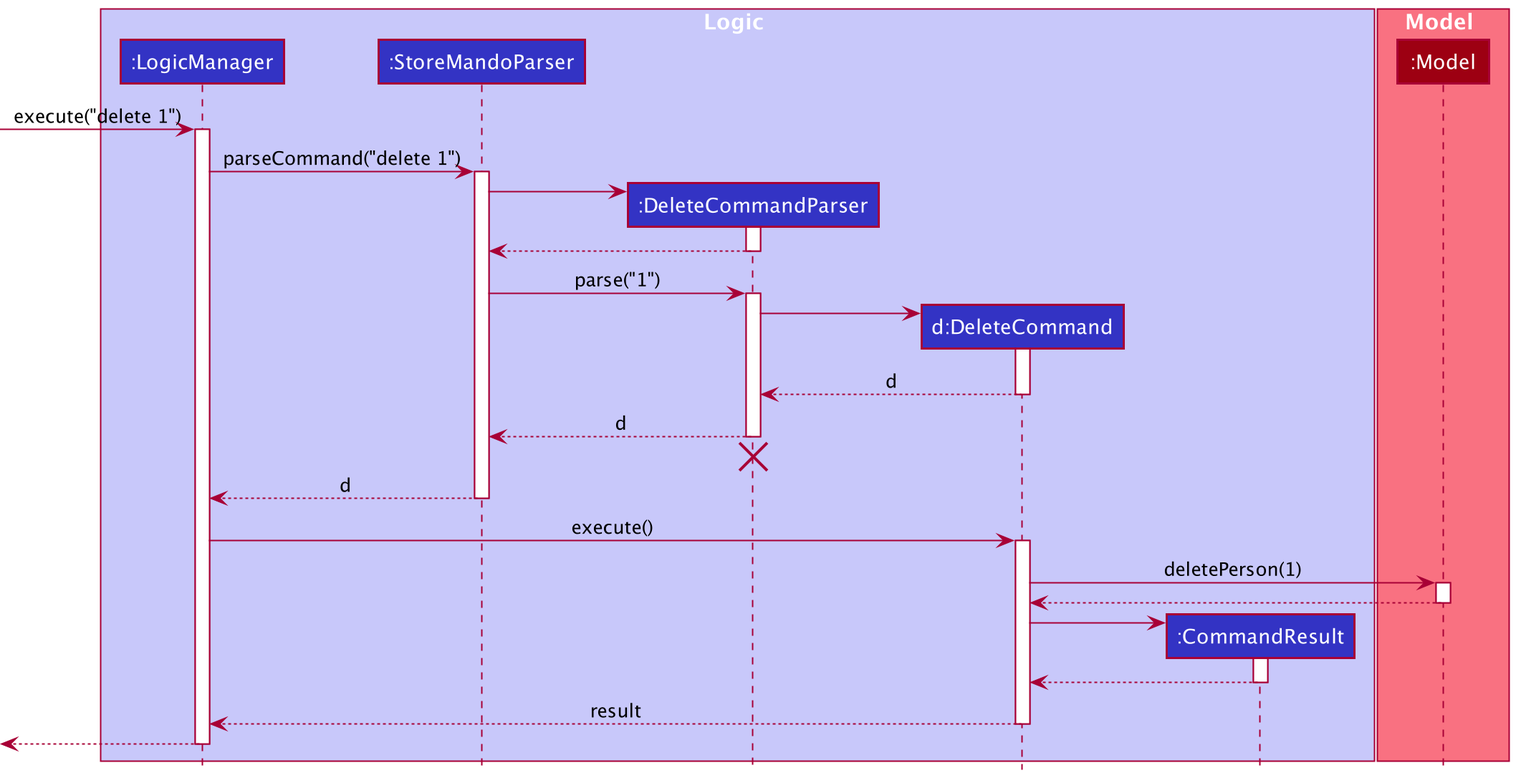
Earlier version of the PlantUML export docs/images/DeleteSequenceDiagram.png (nus-cs2103-AY2021S2/tp).
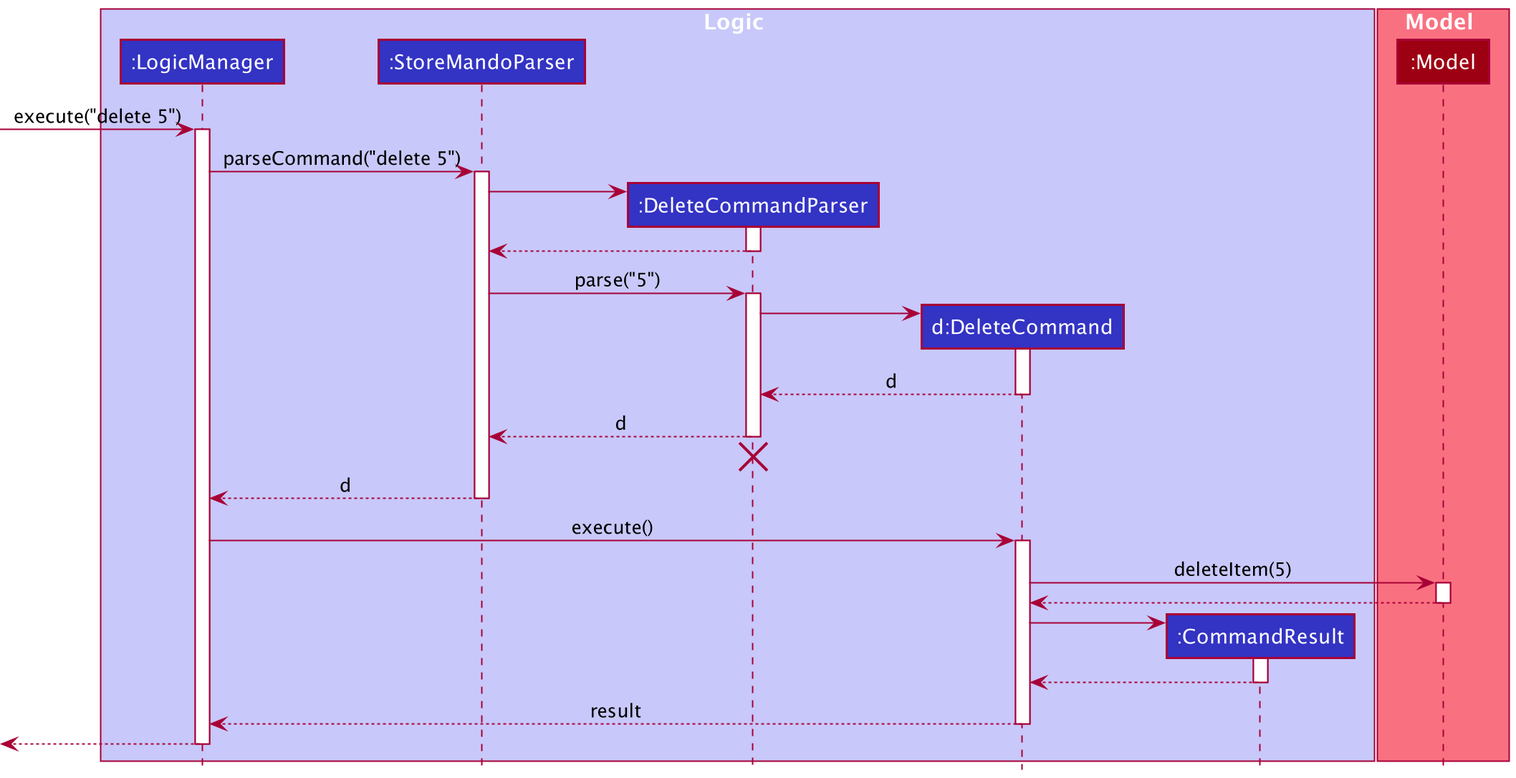
The same diagram one commit later.

Commit message:
Add delete implementation, up till activity diagram

Diff of the diagram source:
```diff
@@ -13,10 +13,10 @@
 participant ":Model" as Model MODEL_COLOR
 end box
 
-[-> LogicManager : execute("delete 1")
+[-> LogicManager : execute("delete 5")
 activate LogicManager
 
-LogicManager -> StoreMandoParser : parseCommand("delete 1")
+LogicManager -> StoreMandoParser : parseCommand("delete 5")
 activate StoreMandoParser
 
 create DeleteCommandParser
@@ -26,7 +26,7 @@
 DeleteCommandParser --> StoreMandoParser
 deactivate DeleteCommandParser
 
-StoreMandoParser -> DeleteCommandParser : parse("1")
+StoreMandoParser -> DeleteCommandParser : parse("5")
 activate DeleteCommandParser
 
 create DeleteCommand
@@ -47,7 +47,7 @@
 LogicManager -> DeleteCommand : execute()
 activate DeleteCommand
 
-DeleteCommand -> Model : deletePerson(1)
+DeleteCommand -> Model : deleteItem(5)
 activate Model
 
 Model --> DeleteCommand
```
